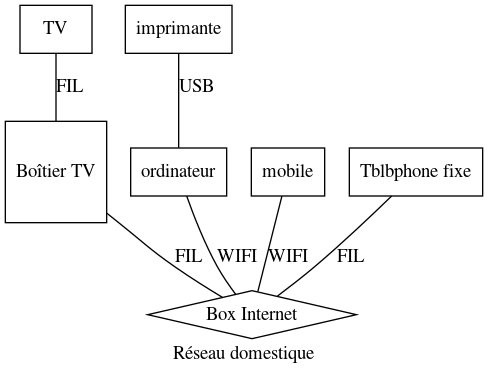
The Graphviz diagram assets/reseau.png in zhangfeng/cours, before a commit. Its source is kept beside it as assets/reseau.gv.
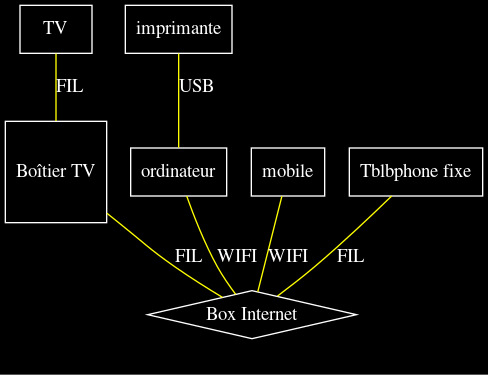
The same file after the commit.

Commit message:
Corrections mineures sur reseau.gv

Change to the diagram source:
```diff
@@ -1,7 +1,10 @@
 graph {
+    bgcolor=black;
+    node [color=white, fontcolor=white ]
+    edge [color=yellow, fontcolor=white ]
     label = "Réseau domestique";
     box [ label = "Box Internet", shape = diamond ];
-    boxtv [ label = "Boîtier TV", shape = square ];
+    boxtv [ label = "Boîtier TV", shape = square,  ];
     tv [ label = "TV", shape = box ];
     ordinateur [ shape = box ];
     imprimante [ shape = box ];
```
